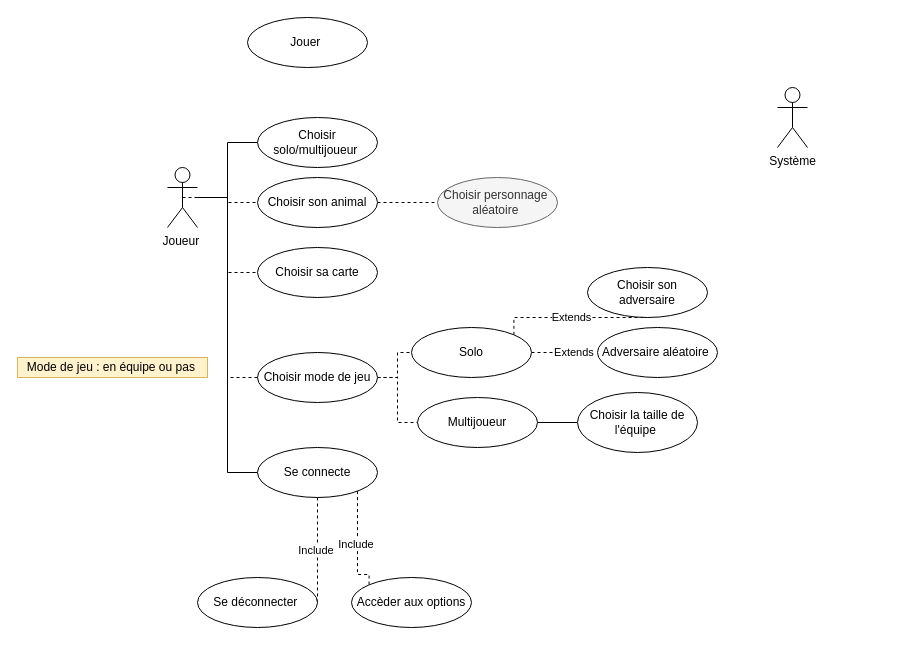
SergeOudart/ProjetConceptionUML keeps this draw.io diagram as UML/CasUtilisation.drawio. Above is the earlier version. Source tidied: cells renumbered, new cells numbered last; positions are measured from the earlier drawing's top-left corner, leaving out a move shared by most shapes. Both pictures are drawn from the tidied source at 100%, with x=0, y=0 at pixel (17, 17).
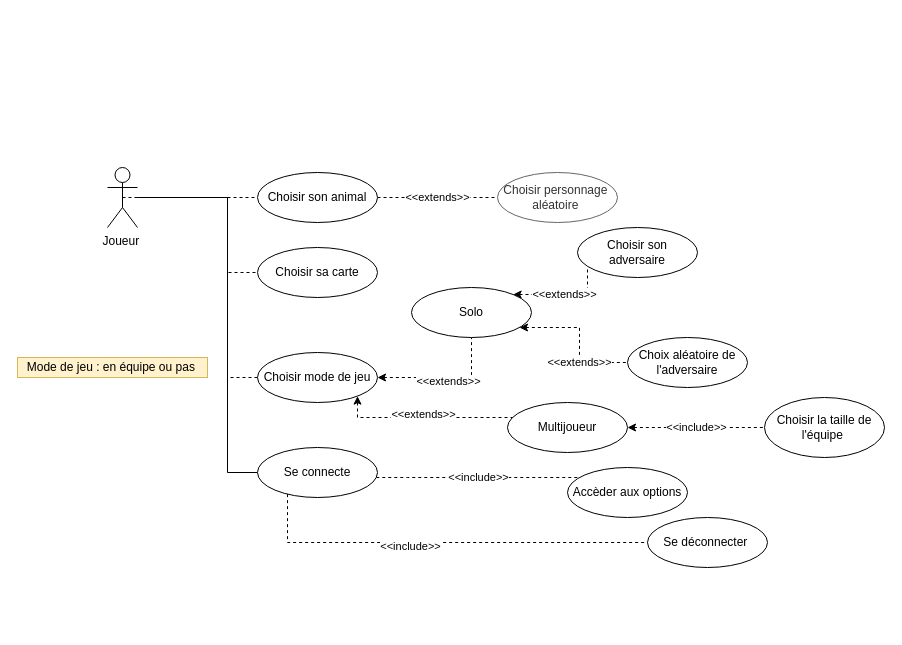
The same page after the edit.

The change refers to these unchanged cells:
```xml
<mxCell id="9" value="Se connecte" style="ellipse;whiteSpace=wrap;html=1;" parent="1" vertex="1">
  <mxGeometry x="240" y="430" width="120" height="50" as="geometry" />
</mxCell>
<mxCell id="14" value="Choisir mode de jeu" style="ellipse;whiteSpace=wrap;html=1;" parent="1" vertex="1">
  <mxGeometry x="240" y="335" width="120" height="50" as="geometry" />
</mxCell>
```

What changed in the source:
```diff
@@
     <mxCell id="2" style="edgeStyle=orthogonalEdgeStyle;rounded=0;jettySize=auto;html=1;endArrow=none;endFill=0;entryX=0;entryY=0.5;entryDx=0;entryDy=0;" parent="1" edge="1" source="5" target="9">
-      <mxGeometry relative="1" as="geometry" />
+      <mxGeometry relative="1" as="geometry">
+        <Array as="points">
+          <mxPoint x="210" y="180" />
+          <mxPoint x="210" y="455" />
+        </Array>
+      </mxGeometry>
     </mxCell>
@@
     <mxCell id="4" style="edgeStyle=orthogonalEdgeStyle;rounded=0;jettySize=auto;html=1;entryX=0;entryY=0.5;entryDx=0;entryDy=0;dashed=1;startArrow=none;startFill=0;endArrow=none;endFill=0;" parent="1" edge="1" source="5" target="27">
-      <mxGeometry relative="1" as="geometry" />
+      <mxGeometry relative="1" as="geometry">
+        <Array as="points">
+          <mxPoint x="240" y="180" />
+        </Array>
+      </mxGeometry>
     </mxCell>
     <mxCell id="5" value="Joueur&amp;nbsp;" style="shape=umlActor;verticalLabelPosition=bottom;verticalAlign=top;html=1;outlineConnect=0;" parent="1" vertex="1">
-      <mxGeometry x="150" y="150" width="30" height="60" as="geometry" />
+      <mxGeometry x="90" y="150" width="30" height="60" as="geometry" />
     </mxCell>
-    <mxCell id="6" style="edgeStyle=orthogonalEdgeStyle;rounded=0;jettySize=auto;html=1;endArrow=none;endFill=0;" parent="1" edge="1" target="10">
-      <mxGeometry relative="1" as="geometry">
-        <mxPoint x="190" y="180" as="sourcePoint" />
-        <Array as="points">
-          <mxPoint x="210" y="180" />
-          <mxPoint x="210" y="125" />
-        </Array>
-      </mxGeometry>
-    </mxCell>
-    <mxCell id="7" value="Include&amp;nbsp;" style="edgeStyle=orthogonalEdgeStyle;rounded=0;jettySize=auto;html=1;endArrow=none;endFill=0;dashed=1;" parent="1" edge="1" source="9" target="15">
-      <mxGeometry relative="1" as="geometry">
+    <mxCell id="7" value="&amp;lt;&amp;lt;include&amp;gt;&amp;gt;" style="edgeStyle=orthogonalEdgeStyle;rounded=0;jettySize=auto;html=1;endArrow=none;endFill=0;dashed=1;" parent="1" edge="1" source="9" target="15">
+      <mxGeometry x="-0.18" y="-14" relative="1" as="geometry">
         <Array as="points">
-          <mxPoint x="270" y="590" />
-          <mxPoint x="230" y="590" />
+          <mxPoint x="270" y="525" />
         </Array>
+        <mxPoint x="4" y="-10" as="offset" />
       </mxGeometry>
     </mxCell>
-    <mxCell id="8" value="Include&amp;nbsp;" style="edgeStyle=orthogonalEdgeStyle;rounded=0;jettySize=auto;html=1;dashed=1;endArrow=none;endFill=0;entryX=0;entryY=0;entryDx=0;entryDy=0;" parent="1" edge="1" source="9" target="16">
+    <mxCell id="8" value="&amp;lt;&amp;lt;include&amp;gt;&amp;gt;" style="edgeStyle=orthogonalEdgeStyle;rounded=0;jettySize=auto;html=1;dashed=1;endArrow=none;endFill=0;" parent="1" edge="1" source="9" target="16">
       <mxGeometry relative="1" as="geometry">
         <Array as="points">
-          <mxPoint x="340" y="557" />
-          <mxPoint x="351" y="557" />
+          <mxPoint x="390" y="460" />
+          <mxPoint x="390" y="460" />
         </Array>
       </mxGeometry>
     </mxCell>
@@
-    <mxCell id="10" value="Choisir solo/multijoueur&amp;nbsp;" style="ellipse;whiteSpace=wrap;html=1;" parent="1" vertex="1">
-      <mxGeometry x="240" y="100" width="120" height="50" as="geometry" />
-    </mxCell>
@@
-    <mxCell id="12" style="edgeStyle=orthogonalEdgeStyle;rounded=0;jettySize=auto;html=1;dashed=1;startArrow=none;startFill=0;endArrow=none;endFill=0;" parent="1" edge="1" source="14" target="18">
-      <mxGeometry relative="1" as="geometry" />
+    <mxCell id="12" style="edgeStyle=orthogonalEdgeStyle;rounded=0;jettySize=auto;html=1;dashed=1;startArrow=classic;startFill=1;endArrow=none;endFill=0;" parent="1" edge="1" source="14" target="18">
+      <mxGeometry relative="1" as="geometry">
+        <Array as="points">
+          <mxPoint x="340" y="400" />
+        </Array>
+      </mxGeometry>
     </mxCell>
+    <mxCell id="32" value="&amp;lt;&amp;lt;extends&amp;gt;&amp;gt;" style="edgeLabel;html=1;align=center;verticalAlign=middle;" parent="12" vertex="1">
+      <mxGeometry x="-0.01" y="4" relative="1" as="geometry" />
+    </mxCell>
-    <mxCell id="13" style="edgeStyle=orthogonalEdgeStyle;rounded=0;jettySize=auto;html=1;dashed=1;startArrow=none;startFill=0;endArrow=none;endFill=0;" parent="1" edge="1" source="14" target="22">
+    <mxCell id="13" style="edgeStyle=orthogonalEdgeStyle;rounded=0;jettySize=auto;html=1;dashed=1;startArrow=classic;startFill=1;endArrow=none;endFill=0;" parent="1" edge="1" source="14" target="22">
       <mxGeometry relative="1" as="geometry" />
     </mxCell>
+    <mxCell id="33" value="&amp;lt;&amp;lt;extends&amp;gt;&amp;gt;" style="edgeLabel;html=1;align=center;verticalAlign=middle;" parent="13" vertex="1">
+      <mxGeometry x="0.04" y="-3" relative="1" as="geometry" />
+    </mxCell>
@@
     <mxCell id="15" value="Se déconnecter&amp;nbsp;" style="ellipse;whiteSpace=wrap;html=1;" parent="1" vertex="1">
-      <mxGeometry x="180" y="560" width="120" height="50" as="geometry" />
+      <mxGeometry x="630" y="500" width="120" height="50" as="geometry" />
     </mxCell>
     <mxCell id="16" value="Accèder aux options" style="ellipse;whiteSpace=wrap;html=1;" parent="1" vertex="1">
-      <mxGeometry x="334" y="560" width="120" height="50" as="geometry" />
+      <mxGeometry x="550" y="450" width="120" height="50" as="geometry" />
     </mxCell>
-    <mxCell id="17" style="edgeStyle=orthogonalEdgeStyle;rounded=0;jettySize=auto;html=1;startArrow=none;startFill=0;endArrow=none;endFill=0;" parent="1" edge="1" source="18" target="19">
+    <mxCell id="17" value="&amp;lt;&amp;lt;include&amp;gt;&amp;gt;" style="edgeStyle=orthogonalEdgeStyle;rounded=0;jettySize=auto;html=1;startArrow=classic;startFill=1;endArrow=none;endFill=0;dashed=1;" parent="1" edge="1" source="18" target="19">
       <mxGeometry relative="1" as="geometry" />
     </mxCell>
     <mxCell id="18" value="Multijoueur" style="ellipse;whiteSpace=wrap;html=1;" parent="1" vertex="1">
-      <mxGeometry x="400" y="380" width="120" height="50" as="geometry" />
+      <mxGeometry x="490" y="385" width="120" height="50" as="geometry" />
     </mxCell>
     <mxCell id="19" value="Choisir la taille de l'équipe&amp;nbsp;" style="ellipse;whiteSpace=wrap;html=1;" parent="1" vertex="1">
-      <mxGeometry x="560" y="375" width="120" height="60" as="geometry" />
+      <mxGeometry x="747" y="380" width="120" height="60" as="geometry" />
     </mxCell>
-    <mxCell id="20" value="Extends" style="edgeStyle=orthogonalEdgeStyle;rounded=0;jettySize=auto;html=1;startArrow=none;startFill=0;endArrow=none;endFill=0;dashed=1;exitX=1;exitY=0;exitDx=0;exitDy=0;" parent="1" edge="1" source="22" target="23">
+    <mxCell id="20" value="&amp;lt;&amp;lt;extends&amp;gt;&amp;gt;" style="edgeStyle=orthogonalEdgeStyle;rounded=0;jettySize=auto;html=1;startArrow=classic;startFill=1;endArrow=none;endFill=0;dashed=1;" parent="1" edge="1" source="22" target="23">
       <mxGeometry relative="1" as="geometry">
         <Array as="points">
-          <mxPoint x="497" y="300" />
-          <mxPoint x="570" y="300" />
+          <mxPoint x="570" y="277" />
         </Array>
       </mxGeometry>
     </mxCell>
-    <mxCell id="21" value="Extends&amp;nbsp;" style="edgeStyle=orthogonalEdgeStyle;rounded=0;jettySize=auto;html=1;dashed=1;startArrow=none;startFill=0;endArrow=none;endFill=0;" parent="1" edge="1" source="22" target="24">
-      <mxGeometry x="0.33" relative="1" as="geometry" />
+    <mxCell id="21" value="&amp;lt;&amp;lt;extends&amp;gt;&amp;gt;" style="edgeStyle=orthogonalEdgeStyle;rounded=0;jettySize=auto;html=1;dashed=1;startArrow=classic;startFill=1;endArrow=none;endFill=0;" parent="1" edge="1" source="22" target="24">
+      <mxGeometry x="0.33" relative="1" as="geometry">
+        <Array as="points">
+          <mxPoint x="562" y="310" />
+          <mxPoint x="562" y="345" />
+        </Array>
+      </mxGeometry>
     </mxCell>
     <mxCell id="22" value="Solo" style="ellipse;whiteSpace=wrap;html=1;" parent="1" vertex="1">
-      <mxGeometry x="394" y="310" width="120" height="50" as="geometry" />
+      <mxGeometry x="394" y="270" width="120" height="50" as="geometry" />
     </mxCell>
     <mxCell id="23" value="Choisir son adversaire" style="ellipse;whiteSpace=wrap;html=1;" parent="1" vertex="1">
-      <mxGeometry x="570" y="250" width="120" height="50" as="geometry" />
+      <mxGeometry x="560" y="210" width="120" height="50" as="geometry" />
     </mxCell>
-    <mxCell id="24" value="Adversaire aléatoire&amp;nbsp;" style="ellipse;whiteSpace=wrap;html=1;" parent="1" vertex="1">
-      <mxGeometry x="580" y="310" width="120" height="50" as="geometry" />
+    <mxCell id="24" value="Choix aléatoire de l'adversaire" style="ellipse;whiteSpace=wrap;html=1;" parent="1" vertex="1">
+      <mxGeometry x="610" y="320" width="120" height="50" as="geometry" />
     </mxCell>
@@
-    <mxCell id="26" style="edgeStyle=orthogonalEdgeStyle;rounded=0;jettySize=auto;html=1;entryX=0;entryY=0.5;entryDx=0;entryDy=0;dashed=1;startArrow=none;startFill=0;endArrow=none;endFill=0;" parent="1" edge="1" source="27" target="28">
+    <mxCell id="26" value="&amp;lt;&amp;lt;extends&amp;gt;&amp;gt;" style="edgeStyle=orthogonalEdgeStyle;rounded=0;jettySize=auto;html=1;entryX=0;entryY=0.5;entryDx=0;entryDy=0;dashed=1;startArrow=none;startFill=0;endArrow=none;endFill=0;" parent="1" edge="1" source="27" target="28">
       <mxGeometry relative="1" as="geometry" />
     </mxCell>
     <mxCell id="27" value="Choisir son animal" style="ellipse;whiteSpace=wrap;html=1;" parent="1" vertex="1">
-      <mxGeometry x="240" y="160" width="120" height="50" as="geometry" />
+      <mxGeometry x="240" y="155" width="120" height="50" as="geometry" />
     </mxCell>
-    <mxCell id="28" value="Choisir personnage&amp;nbsp; aléatoire&amp;nbsp;" style="ellipse;whiteSpace=wrap;html=1;fillColor=#f5f5f5;strokeColor=#666666;fontColor=#333333;" parent="1" vertex="1">
-      <mxGeometry x="420" y="160" width="120" height="50" as="geometry" />
+    <mxCell id="28" value="Choisir personnage&amp;nbsp; aléatoire&amp;nbsp;" style="ellipse;whiteSpace=wrap;html=1;fillColor=#FFFFFF;strokeColor=#666666;fontColor=#333333;" parent="1" vertex="1">
+      <mxGeometry x="480" y="155" width="120" height="50" as="geometry" />
     </mxCell>
@@
-    <mxCell id="30" value="Jouer&amp;nbsp;" style="ellipse;whiteSpace=wrap;html=1;" parent="1" vertex="1">
-      <mxGeometry x="230" width="120" height="50" as="geometry" />
-    </mxCell>
-    <mxCell id="31" value="Système" style="shape=umlActor;verticalLabelPosition=bottom;verticalAlign=top;html=1;" parent="1" vertex="1">
-      <mxGeometry x="760" y="70" width="30" height="60" as="geometry" />
-    </mxCell>
```
